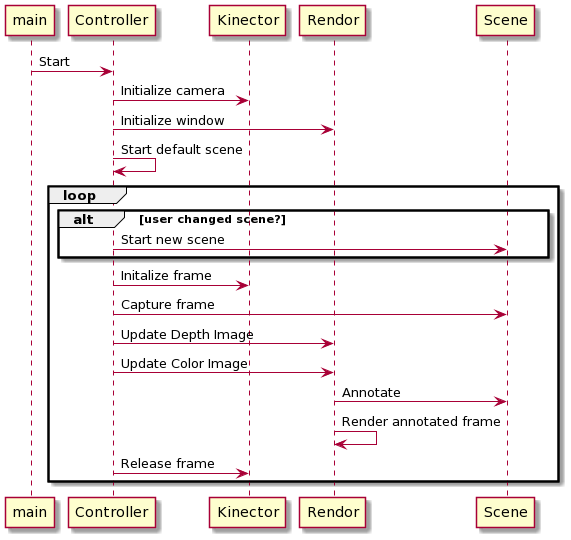
The PlantUML diagram sequence.png in mpdroid/bones, before a commit.
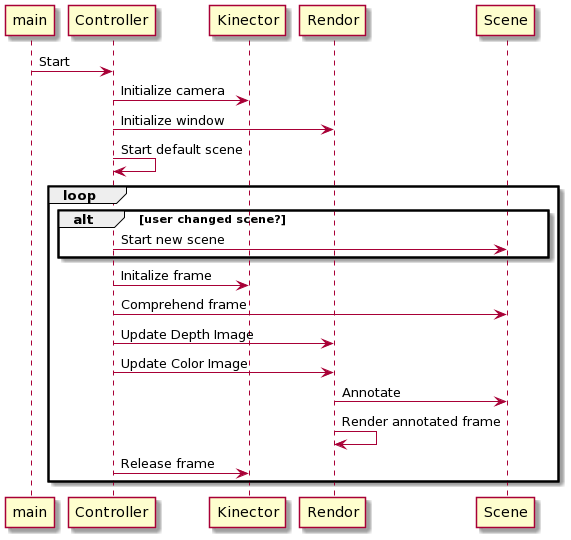
The same file after the commit.

Diff of the diagram source:
```diff
@@ -8,7 +8,7 @@
           Controller -> Scene: Start new scene
        end
        Controller -> Kinector: Initalize frame
-       Controller -> Scene: Capture frame
+       Controller -> Scene: Comprehend frame
        Controller -> Rendor: Update Depth Image
        Controller -> Rendor: Update Color Image
        Rendor -> Scene: Annotate
```
